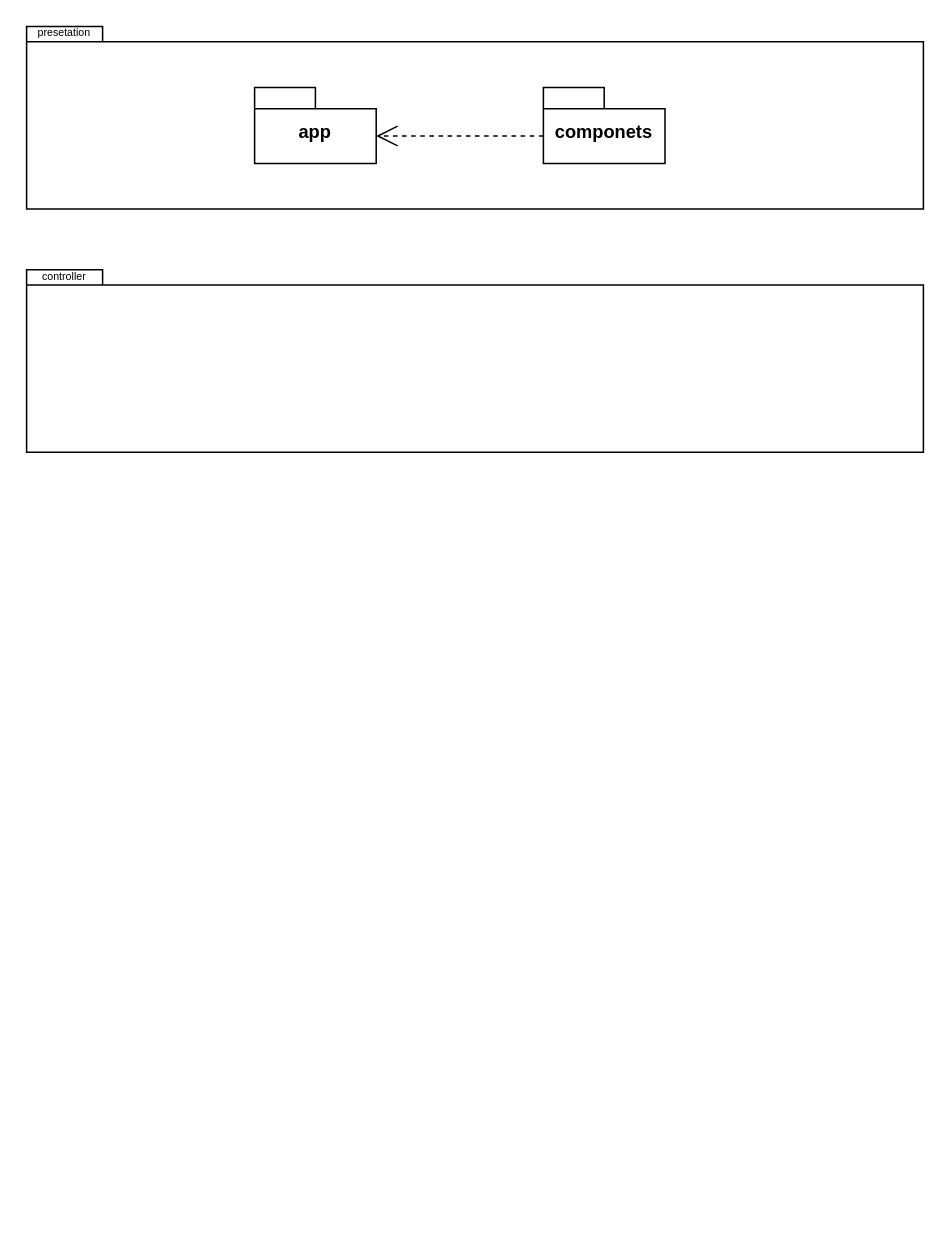
Before: 开发总体视图.drawio in YuhangChan/Diagrams, a draw.io diagram. Source tidied: cells renumbered, new cells numbered last; positions are measured from the earlier drawing's top-left corner, leaving out a move shared by most shapes. Both pictures are drawn from the tidied source at 152%, with x=0, y=0 at pixel (26, 26).
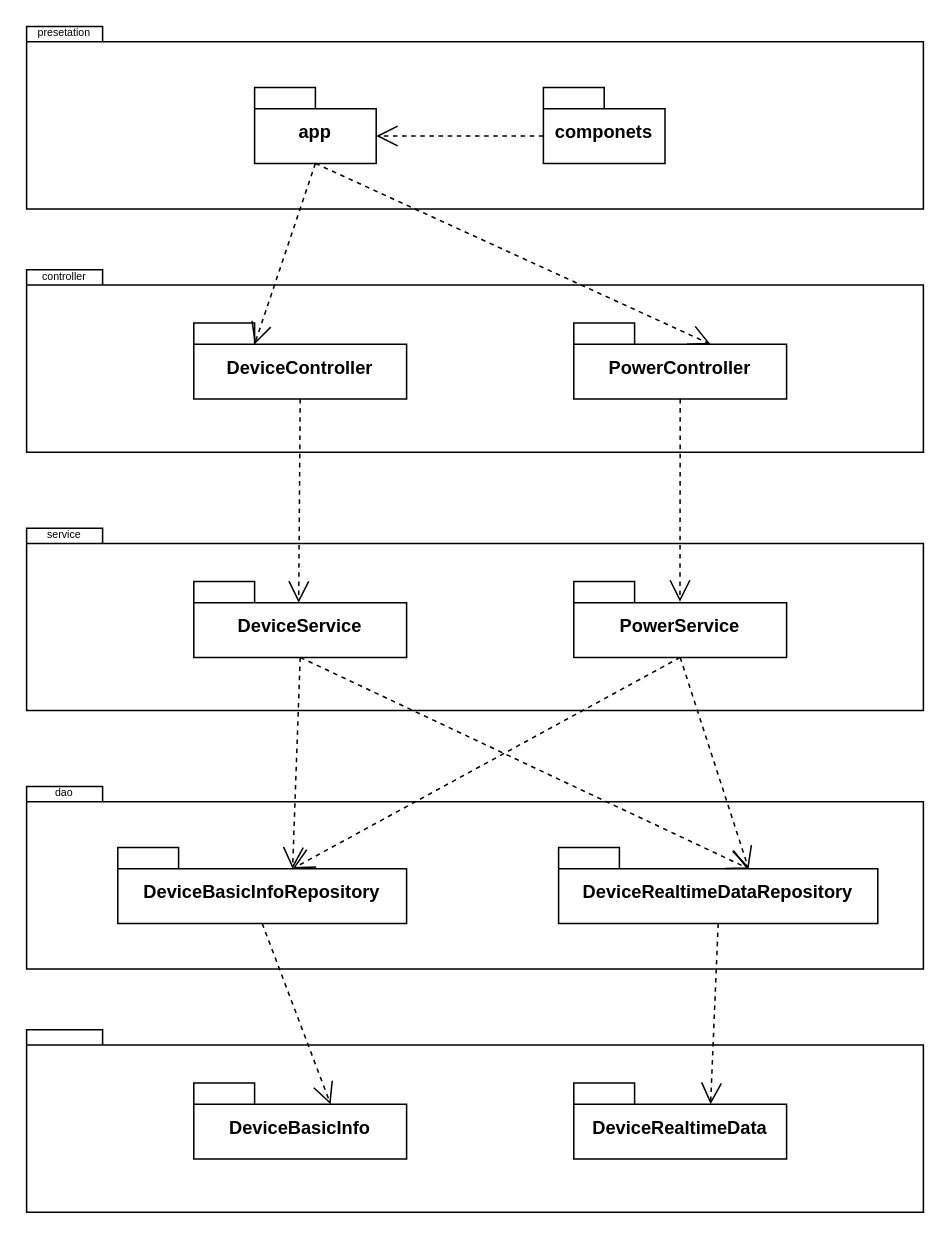
Above is the later version.

Commit message (it also covers changes not shown here):
更新开发总体视图.drawio

Unchanged cells that the change refers to:
```xml
<mxCell id="3" value="app" style="shape=folder;fontStyle=1;spacingTop=10;tabWidth=40;tabHeight=14;tabPosition=left;html=1;whiteSpace=wrap;" parent="1" vertex="1">
  <mxGeometry x="150" y="40" width="80" height="50" as="geometry" />
</mxCell>
```

Diff of the diagram source:
```diff
@@
+    <mxCell id="9" value="DeviceController" style="shape=folder;fontStyle=1;spacingTop=10;tabWidth=40;tabHeight=14;tabPosition=left;html=1;whiteSpace=wrap;" parent="1" vertex="1">
+      <mxGeometry x="110" y="195" width="140" height="50" as="geometry" />
+    </mxCell>
+    <mxCell id="10" value="PowerController" style="shape=folder;fontStyle=1;spacingTop=10;tabWidth=40;tabHeight=14;tabPosition=left;html=1;whiteSpace=wrap;" parent="1" vertex="1">
+      <mxGeometry x="360" y="195" width="140" height="50" as="geometry" />
+    </mxCell>
+    <mxCell id="11" style="endArrow=open;endSize=12;dashed=1;html=1;rounded=0;entryX=0;entryY=0;entryDx=40;entryDy=14;entryPerimeter=0;exitX=0.5;exitY=1;exitDx=0;exitDy=0;exitPerimeter=0;" parent="1" edge="1" source="3" target="9">
+      <mxGeometry relative="1" as="geometry" />
+    </mxCell>
+    <mxCell id="12" style="endArrow=open;endSize=12;dashed=1;html=1;rounded=0;entryX=0;entryY=0;entryDx=90;entryDy=14;entryPerimeter=0;exitX=0.5;exitY=1;exitDx=0;exitDy=0;exitPerimeter=0;" parent="1" edge="1" source="3" target="10">
+      <mxGeometry relative="1" as="geometry" />
+    </mxCell>
+    <mxCell id="13" style="shape=folder;fontStyle=1;spacingTop=10;tabWidth=50;tabHeight=10;tabPosition=left;html=1;whiteSpace=wrap;" parent="1" vertex="1">
+      <mxGeometry y="330" width="590" height="120" as="geometry" />
+    </mxCell>
+    <mxCell id="14" value="DeviceService" style="shape=folder;fontStyle=1;spacingTop=10;tabWidth=40;tabHeight=14;tabPosition=left;html=1;whiteSpace=wrap;" parent="1" vertex="1">
+      <mxGeometry x="110" y="365" width="140" height="50" as="geometry" />
+    </mxCell>
+    <mxCell id="15" value="PowerService" style="shape=folder;fontStyle=1;spacingTop=10;tabWidth=40;tabHeight=14;tabPosition=left;html=1;whiteSpace=wrap;" parent="1" vertex="1">
+      <mxGeometry x="360" y="365" width="140" height="50" as="geometry" />
+    </mxCell>
+    <mxCell id="16" value="service" style="text;html=1;align=center;verticalAlign=middle;whiteSpace=wrap;rounded=0;fontSize=7;" parent="1" vertex="1">
+      <mxGeometry x="10" y="330" width="30" height="10" as="geometry" />
+    </mxCell>
+    <mxCell id="17" style="endArrow=open;endSize=12;dashed=1;html=1;rounded=0;exitX=0.5;exitY=1;exitDx=0;exitDy=0;exitPerimeter=0;" parent="1" edge="1" source="9">
+      <mxGeometry relative="1" as="geometry">
+        <mxPoint x="179" y="379" as="targetPoint" />
+      </mxGeometry>
+    </mxCell>
+    <mxCell id="18" style="endArrow=open;endSize=12;dashed=1;html=1;rounded=0;exitX=0.5;exitY=1;exitDx=0;exitDy=0;exitPerimeter=0;entryX=0.499;entryY=0.267;entryDx=0;entryDy=0;entryPerimeter=0;" parent="1" edge="1" source="10" target="15">
+      <mxGeometry relative="1" as="geometry" />
+    </mxCell>
+    <mxCell id="19" style="shape=folder;fontStyle=1;spacingTop=10;tabWidth=50;tabHeight=10;tabPosition=left;html=1;whiteSpace=wrap;" parent="1" vertex="1">
+      <mxGeometry y="500" width="590" height="120" as="geometry" />
+    </mxCell>
+    <mxCell id="20" value="dao" style="text;html=1;align=center;verticalAlign=middle;whiteSpace=wrap;rounded=0;fontSize=7;" parent="1" vertex="1">
+      <mxGeometry x="10" y="500" width="30" height="10" as="geometry" />
+    </mxCell>
+    <mxCell id="21" value="DeviceBasicInfoRepository" style="shape=folder;fontStyle=1;spacingTop=10;tabWidth=40;tabHeight=14;tabPosition=left;html=1;whiteSpace=wrap;" parent="1" vertex="1">
+      <mxGeometry x="60" y="540" width="190" height="50" as="geometry" />
+    </mxCell>
+    <mxCell id="22" value="DeviceRealtimeDataRepository" style="shape=folder;fontStyle=1;spacingTop=10;tabWidth=40;tabHeight=14;tabPosition=left;html=1;whiteSpace=wrap;" parent="1" vertex="1">
+      <mxGeometry x="350" y="540" width="210" height="50" as="geometry" />
+    </mxCell>
+    <mxCell id="23" style="endArrow=open;endSize=12;dashed=1;html=1;rounded=0;exitX=0.5;exitY=1;exitDx=0;exitDy=0;exitPerimeter=0;entryX=0;entryY=0;entryDx=115;entryDy=14;entryPerimeter=0;" parent="1" edge="1" source="14" target="21">
+      <mxGeometry relative="1" as="geometry" />
+    </mxCell>
+    <mxCell id="24" style="endArrow=open;endSize=12;dashed=1;html=1;rounded=0;entryX=0;entryY=0;entryDx=125;entryDy=14;entryPerimeter=0;exitX=0.5;exitY=1;exitDx=0;exitDy=0;exitPerimeter=0;" parent="1" edge="1" source="14" target="22">
+      <mxGeometry relative="1" as="geometry" />
+    </mxCell>
+    <mxCell id="25" style="endArrow=open;endSize=12;dashed=1;html=1;rounded=0;entryX=0;entryY=0;entryDx=115;entryDy=14;entryPerimeter=0;exitX=0.5;exitY=1;exitDx=0;exitDy=0;exitPerimeter=0;" parent="1" edge="1" source="15" target="21">
+      <mxGeometry relative="1" as="geometry" />
+    </mxCell>
+    <mxCell id="26" style="endArrow=open;endSize=12;dashed=1;html=1;rounded=0;entryX=0;entryY=0;entryDx=125;entryDy=14;entryPerimeter=0;exitX=0.5;exitY=1;exitDx=0;exitDy=0;exitPerimeter=0;" parent="1" edge="1" source="15" target="22">
+      <mxGeometry relative="1" as="geometry" />
+    </mxCell>
+    <mxCell id="27" style="shape=folder;fontStyle=1;spacingTop=10;tabWidth=50;tabHeight=10;tabPosition=left;html=1;whiteSpace=wrap;" parent="1" vertex="1">
+      <mxGeometry y="660" width="590" height="120" as="geometry" />
+    </mxCell>
+    <mxCell id="28" value="DeviceBasicInfo" style="shape=folder;fontStyle=1;spacingTop=10;tabWidth=40;tabHeight=14;tabPosition=left;html=1;whiteSpace=wrap;" parent="1" vertex="1">
+      <mxGeometry x="110" y="695" width="140" height="50" as="geometry" />
+    </mxCell>
+    <mxCell id="29" value="DeviceRealtimeData" style="shape=folder;fontStyle=1;spacingTop=10;tabWidth=40;tabHeight=14;tabPosition=left;html=1;whiteSpace=wrap;" parent="1" vertex="1">
+      <mxGeometry x="360" y="695" width="140" height="50" as="geometry" />
+    </mxCell>
+    <mxCell id="30" style="endArrow=open;endSize=12;dashed=1;html=1;rounded=0;exitX=0.5;exitY=1;exitDx=0;exitDy=0;exitPerimeter=0;entryX=0;entryY=0;entryDx=90;entryDy=14;entryPerimeter=0;" parent="1" edge="1" source="21" target="28">
+      <mxGeometry relative="1" as="geometry" />
+    </mxCell>
+    <mxCell id="31" style="endArrow=open;endSize=12;dashed=1;html=1;rounded=0;exitX=0.5;exitY=1;exitDx=0;exitDy=0;exitPerimeter=0;entryX=0;entryY=0;entryDx=90;entryDy=14;entryPerimeter=0;" parent="1" edge="1" source="22" target="29">
+      <mxGeometry relative="1" as="geometry" />
+    </mxCell>
```
